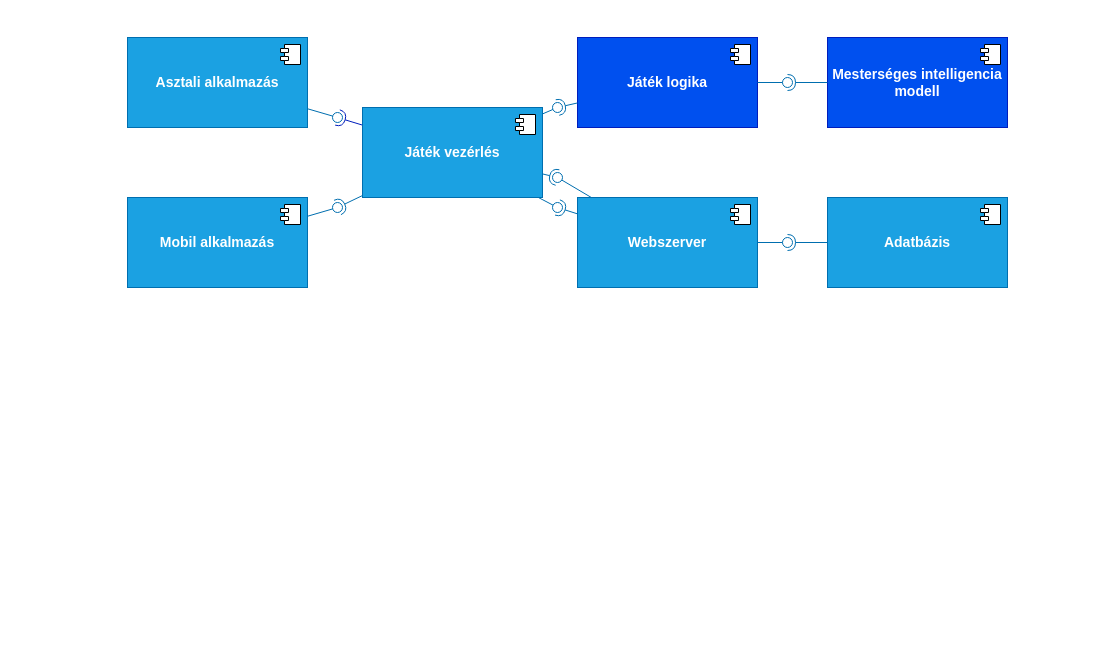
This is document/Nyersanyagok/Komponens_diagram.drawio from WakooMan/Bsc-Szakdolgozat, a draw.io file, before an edit. Source tidied: cells renumbered, new cells numbered last; positions are measured from the earlier drawing's top-left corner, leaving out a move shared by most shapes. Both pictures are drawn from the tidied source at 100%, with x=0, y=0 at pixel (127, 17).
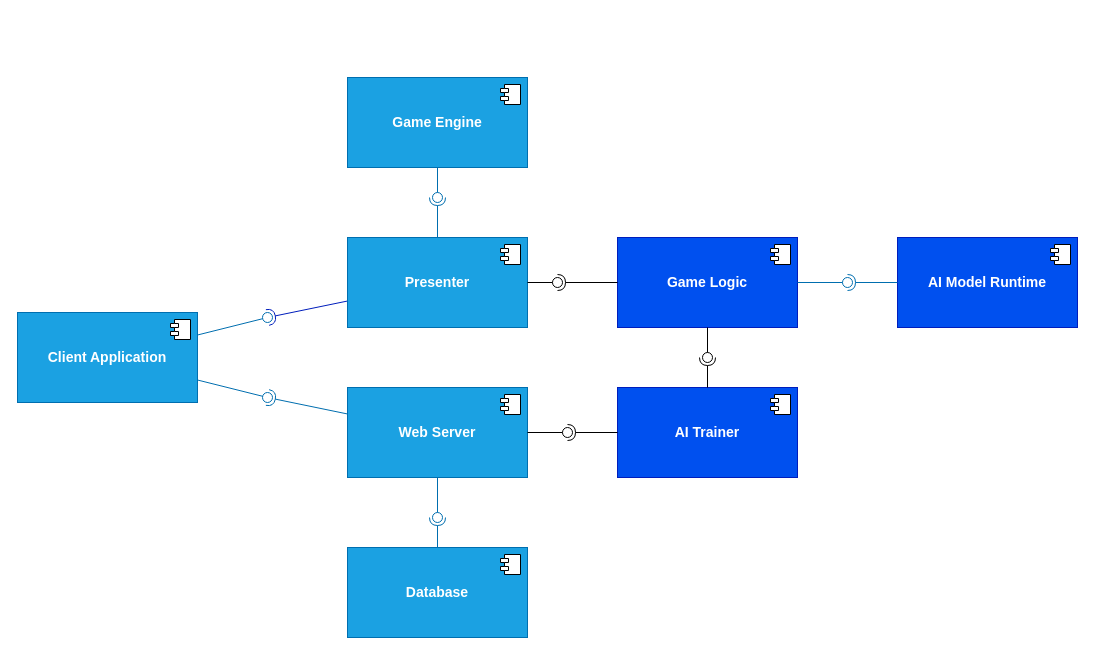
Above is the later version.

What changed in the source:
```diff
@@
-    <mxCell id="2" value="&lt;b&gt;&lt;font style=&quot;font-size: 14px;&quot;&gt;Asztali alkalmazás&lt;/font&gt;&lt;/b&gt;" style="html=1;whiteSpace=wrap;fillColor=#1ba1e2;fontColor=#ffffff;strokeColor=#006EAF;" parent="1" vertex="1">
-      <mxGeometry y="20" width="180" height="90" as="geometry" />
+    <mxCell id="2" value="&lt;b&gt;&lt;font style=&quot;font-size: 14px;&quot;&gt;Client Application&lt;/font&gt;&lt;/b&gt;" style="html=1;whiteSpace=wrap;fillColor=#1ba1e2;fontColor=#ffffff;strokeColor=#006EAF;" parent="1" vertex="1">
+      <mxGeometry x="-110" y="295" width="180" height="90" as="geometry" />
     </mxCell>
@@
-    <mxCell id="4" value="&lt;b&gt;&lt;font style=&quot;font-size: 14px;&quot;&gt;Mobil alkalmazás&lt;/font&gt;&lt;/b&gt;" style="html=1;whiteSpace=wrap;fillColor=#1ba1e2;fontColor=#ffffff;strokeColor=#006EAF;" parent="1" vertex="1">
-      <mxGeometry y="180" width="180" height="90" as="geometry" />
-    </mxCell>
-    <mxCell id="5" style="shape=module;jettyWidth=8;jettyHeight=4;" parent="4" vertex="1">
-      <mxGeometry x="1" width="20" height="20" relative="1" as="geometry">
-        <mxPoint x="-27" y="7" as="offset" />
-      </mxGeometry>
-    </mxCell>
-    <mxCell id="6" value="&lt;b&gt;&lt;font style=&quot;font-size: 14px;&quot;&gt;Webszerver&lt;/font&gt;&lt;/b&gt;" style="html=1;whiteSpace=wrap;fillColor=#1ba1e2;fontColor=#ffffff;strokeColor=#006EAF;" parent="1" vertex="1">
-      <mxGeometry x="450" y="180" width="180" height="90" as="geometry" />
+    <mxCell id="6" value="&lt;b&gt;&lt;font style=&quot;font-size: 14px;&quot;&gt;Web Server&lt;/font&gt;&lt;/b&gt;" style="html=1;whiteSpace=wrap;fillColor=#1ba1e2;fontColor=#ffffff;strokeColor=#006EAF;" parent="1" vertex="1">
+      <mxGeometry x="220" y="370" width="180" height="90" as="geometry" />
     </mxCell>
@@
-    <mxCell id="8" value="&lt;b&gt;&lt;font style=&quot;font-size: 14px;&quot;&gt;Mesterséges intelligencia&lt;/font&gt;&lt;/b&gt;&lt;div&gt;&lt;b&gt;&lt;font style=&quot;font-size: 14px;&quot;&gt;modell&lt;/font&gt;&lt;/b&gt;&lt;/div&gt;" style="html=1;whiteSpace=wrap;fillColor=#0050ef;fontColor=#ffffff;strokeColor=#001DBC;" parent="1" vertex="1">
-      <mxGeometry x="700" y="20" width="180" height="90" as="geometry" />
+    <mxCell id="8" value="&lt;span style=&quot;font-size: 14px;&quot;&gt;&lt;b&gt;AI Model Runtime&lt;/b&gt;&lt;/span&gt;" style="html=1;whiteSpace=wrap;fillColor=#0050ef;fontColor=#ffffff;strokeColor=#001DBC;" parent="1" vertex="1">
+      <mxGeometry x="770" y="220" width="180" height="90" as="geometry" />
     </mxCell>
@@
-    <mxCell id="10" value="&lt;b&gt;&lt;font style=&quot;font-size: 14px;&quot;&gt;Játék logika&lt;/font&gt;&lt;/b&gt;" style="html=1;whiteSpace=wrap;fillColor=#0050ef;fontColor=#ffffff;strokeColor=#001DBC;" parent="1" vertex="1">
-      <mxGeometry x="450" y="20" width="180" height="90" as="geometry" />
+    <mxCell id="10" value="&lt;b&gt;&lt;font style=&quot;font-size: 14px;&quot;&gt;Game Logic&lt;/font&gt;&lt;/b&gt;" style="html=1;whiteSpace=wrap;fillColor=#0050ef;fontColor=#ffffff;strokeColor=#001DBC;" parent="1" vertex="1">
+      <mxGeometry x="490" y="220" width="180" height="90" as="geometry" />
     </mxCell>
@@
     <mxCell id="12" style="rounded=0;jettySize=auto;html=1;endArrow=halfCircle;endFill=0;endSize=6;strokeWidth=1;sketch=0;fillColor=#1ba1e2;strokeColor=#006EAF;" parent="1" edge="1" source="6">
       <mxGeometry relative="1" as="geometry">
-        <mxPoint x="430" y="190" as="targetPoint" />
+        <mxPoint x="140" y="380" as="targetPoint" />
       </mxGeometry>
     </mxCell>
-    <mxCell id="13" style="rounded=0;jettySize=auto;html=1;endArrow=oval;endFill=0;sketch=0;sourcePerimeterSpacing=0;targetPerimeterSpacing=0;endSize=10;fillColor=#1ba1e2;strokeColor=#006EAF;" parent="1" edge="1" source="35">
+    <mxCell id="13" style="rounded=0;jettySize=auto;html=1;endArrow=oval;endFill=0;sketch=0;sourcePerimeterSpacing=0;targetPerimeterSpacing=0;endSize=10;fillColor=#1ba1e2;strokeColor=#006EAF;" parent="1" edge="1" source="2">
       <mxGeometry relative="1" as="geometry">
-        <mxPoint x="430" y="190" as="targetPoint" />
+        <mxPoint x="140" y="380" as="targetPoint" />
       </mxGeometry>
     </mxCell>
@@
-    <mxCell id="15" style="rounded=0;jettySize=auto;html=1;endArrow=halfCircle;endFill=0;endSize=6;strokeWidth=1;sketch=0;fillColor=#1ba1e2;strokeColor=#006EAF;" parent="1" edge="1" source="35">
-      <mxGeometry relative="1" as="geometry">
-        <mxPoint x="430" y="160" as="targetPoint" />
-      </mxGeometry>
-    </mxCell>
-    <mxCell id="16" style="rounded=0;jettySize=auto;html=1;endArrow=oval;endFill=0;sketch=0;sourcePerimeterSpacing=0;targetPerimeterSpacing=0;endSize=10;fillColor=#1ba1e2;strokeColor=#006EAF;" parent="1" edge="1" source="6">
-      <mxGeometry relative="1" as="geometry">
-        <mxPoint x="430" y="160" as="targetPoint" />
-      </mxGeometry>
-    </mxCell>
@@
-    <mxCell id="18" style="rounded=0;jettySize=auto;html=1;endArrow=halfCircle;endFill=0;endSize=6;strokeWidth=1;sketch=0;fillColor=#0050ef;strokeColor=#001DBC;" parent="1" edge="1" source="35">
+    <mxCell id="18" style="rounded=0;jettySize=auto;html=1;endArrow=halfCircle;endFill=0;endSize=6;strokeWidth=1;sketch=0;fillColor=#0050ef;strokeColor=#001DBC;" parent="1" edge="1" source="37">
       <mxGeometry relative="1" as="geometry">
-        <mxPoint x="210" y="100" as="targetPoint" />
+        <mxPoint x="140" y="300" as="targetPoint" />
       </mxGeometry>
     </mxCell>
     <mxCell id="19" style="rounded=0;jettySize=auto;html=1;endArrow=oval;endFill=0;sketch=0;sourcePerimeterSpacing=0;targetPerimeterSpacing=0;endSize=10;fillColor=#1ba1e2;strokeColor=#006EAF;" parent="1" edge="1" source="2">
       <mxGeometry relative="1" as="geometry">
-        <mxPoint x="210" y="100" as="targetPoint" />
+        <mxPoint x="140" y="300" as="targetPoint" />
       </mxGeometry>
     </mxCell>
@@
     <mxCell id="21" style="rounded=0;jettySize=auto;html=1;endArrow=halfCircle;endFill=0;endSize=6;strokeWidth=1;sketch=0;fillColor=#1ba1e2;strokeColor=#006EAF;" parent="1" edge="1" source="8">
       <mxGeometry relative="1" as="geometry">
-        <mxPoint x="660" y="65" as="targetPoint" />
+        <mxPoint x="720" y="265" as="targetPoint" />
       </mxGeometry>
     </mxCell>
     <mxCell id="22" style="rounded=0;jettySize=auto;html=1;endArrow=oval;endFill=0;sketch=0;sourcePerimeterSpacing=0;targetPerimeterSpacing=0;endSize=10;fillColor=#1ba1e2;strokeColor=#006EAF;" parent="1" edge="1" source="10">
       <mxGeometry relative="1" as="geometry">
-        <mxPoint x="660" y="65" as="targetPoint" />
+        <mxPoint x="720" y="265" as="targetPoint" />
       </mxGeometry>
     </mxCell>
@@
-    <mxCell id="24" style="rounded=0;jettySize=auto;html=1;endArrow=halfCircle;endFill=0;endSize=6;strokeWidth=1;sketch=0;fillColor=#1ba1e2;strokeColor=#006EAF;" parent="1" edge="1" source="10">
+    <mxCell id="24" style="rounded=0;jettySize=auto;html=1;endArrow=halfCircle;endFill=0;endSize=6;strokeWidth=1;sketch=0;fillColor=#1ba1e2;strokeColor=#006EAF;" parent="1" edge="1" source="37">
       <mxGeometry relative="1" as="geometry">
-        <mxPoint x="430" y="90" as="targetPoint" />
+        <mxPoint x="310" y="180" as="targetPoint" />
       </mxGeometry>
     </mxCell>
     <mxCell id="25" style="rounded=0;jettySize=auto;html=1;endArrow=oval;endFill=0;sketch=0;sourcePerimeterSpacing=0;targetPerimeterSpacing=0;endSize=10;fillColor=#1ba1e2;strokeColor=#006EAF;" parent="1" edge="1" source="35">
       <mxGeometry relative="1" as="geometry">
-        <mxPoint x="430" y="90" as="targetPoint" />
+        <mxPoint x="310" y="180" as="targetPoint" />
       </mxGeometry>
     </mxCell>
@@
-    <mxCell id="27" style="rounded=0;jettySize=auto;html=1;endArrow=halfCircle;endFill=0;endSize=6;strokeWidth=1;sketch=0;fillColor=#1ba1e2;strokeColor=#006EAF;" parent="1" edge="1" source="35">
-      <mxGeometry relative="1" as="geometry">
-        <mxPoint x="210" y="190" as="targetPoint" />
-      </mxGeometry>
-    </mxCell>
-    <mxCell id="28" style="rounded=0;jettySize=auto;html=1;endArrow=oval;endFill=0;sketch=0;sourcePerimeterSpacing=0;targetPerimeterSpacing=0;endSize=10;fillColor=#1ba1e2;strokeColor=#006EAF;" parent="1" edge="1" source="4">
-      <mxGeometry relative="1" as="geometry">
-        <mxPoint x="210" y="190" as="targetPoint" />
-      </mxGeometry>
-    </mxCell>
@@
-    <mxCell id="30" value="&lt;font style=&quot;font-size: 14px;&quot;&gt;&lt;b&gt;Adatbázis&lt;/b&gt;&lt;/font&gt;" style="html=1;whiteSpace=wrap;fillColor=#1ba1e2;fontColor=#ffffff;strokeColor=#006EAF;" parent="1" vertex="1">
-      <mxGeometry x="700" y="180" width="180" height="90" as="geometry" />
+    <mxCell id="30" value="&lt;font style=&quot;font-size: 14px;&quot;&gt;&lt;b&gt;Database&lt;/b&gt;&lt;/font&gt;" style="html=1;whiteSpace=wrap;fillColor=#1ba1e2;fontColor=#ffffff;strokeColor=#006EAF;" parent="1" vertex="1">
+      <mxGeometry x="220" y="530" width="180" height="90" as="geometry" />
     </mxCell>
@@
     <mxCell id="32" style="rounded=0;jettySize=auto;html=1;endArrow=halfCircle;endFill=0;endSize=6;strokeWidth=1;sketch=0;fillColor=#1ba1e2;strokeColor=#006EAF;" parent="1" edge="1" source="30">
       <mxGeometry relative="1" as="geometry">
-        <mxPoint x="660" y="225" as="targetPoint" />
+        <mxPoint x="310" y="500" as="targetPoint" />
       </mxGeometry>
     </mxCell>
     <mxCell id="33" style="rounded=0;jettySize=auto;html=1;endArrow=oval;endFill=0;sketch=0;sourcePerimeterSpacing=0;targetPerimeterSpacing=0;endSize=10;fillColor=#1ba1e2;strokeColor=#006EAF;" parent="1" edge="1" source="6">
       <mxGeometry relative="1" as="geometry">
-        <mxPoint x="660" y="225" as="targetPoint" />
+        <mxPoint x="310" y="500" as="targetPoint" />
       </mxGeometry>
     </mxCell>
@@
-    <mxCell id="35" value="&lt;b&gt;&lt;font style=&quot;font-size: 14px;&quot;&gt;Játék vezérlés&lt;/font&gt;&lt;/b&gt;" style="html=1;whiteSpace=wrap;fillColor=#1ba1e2;fontColor=#ffffff;strokeColor=#006EAF;" parent="1" vertex="1">
-      <mxGeometry x="235" y="90" width="180" height="90" as="geometry" />
+    <mxCell id="35" value="&lt;b&gt;&lt;font style=&quot;font-size: 14px;&quot;&gt;Game Engine&lt;/font&gt;&lt;/b&gt;" style="html=1;whiteSpace=wrap;fillColor=#1ba1e2;fontColor=#ffffff;strokeColor=#006EAF;" parent="1" vertex="1">
+      <mxGeometry x="220" y="60" width="180" height="90" as="geometry" />
     </mxCell>
@@
+    <mxCell id="37" value="&lt;b&gt;&lt;font style=&quot;font-size: 14px;&quot;&gt;Presenter&lt;/font&gt;&lt;/b&gt;" style="html=1;whiteSpace=wrap;fillColor=#1ba1e2;strokeColor=#006EAF;fontColor=#ffffff;" parent="1" vertex="1">
+      <mxGeometry x="220" y="220" width="180" height="90" as="geometry" />
+    </mxCell>
+    <mxCell id="38" style="shape=module;jettyWidth=8;jettyHeight=4;" parent="37" vertex="1">
+      <mxGeometry x="1" width="20" height="20" relative="1" as="geometry">
+        <mxPoint x="-27" y="7" as="offset" />
+      </mxGeometry>
+    </mxCell>
+    <mxCell id="39" value="&lt;b&gt;&lt;font style=&quot;font-size: 14px;&quot;&gt;AI Trainer&lt;/font&gt;&lt;/b&gt;" style="html=1;whiteSpace=wrap;fillColor=#0050ef;fontColor=#ffffff;strokeColor=#001DBC;" parent="1" vertex="1">
+      <mxGeometry x="490" y="370" width="180" height="90" as="geometry" />
+    </mxCell>
+    <mxCell id="40" style="shape=module;jettyWidth=8;jettyHeight=4;" parent="39" vertex="1">
+      <mxGeometry x="1" width="20" height="20" relative="1" as="geometry">
+        <mxPoint x="-27" y="7" as="offset" />
+      </mxGeometry>
+    </mxCell>
+    <mxCell id="41" style="rounded=0;jettySize=auto;html=1;endArrow=halfCircle;endFill=0;endSize=6;strokeWidth=1;sketch=0;" parent="1" edge="1" source="10">
+      <mxGeometry relative="1" as="geometry">
+        <mxPoint x="430" y="265" as="targetPoint" />
+      </mxGeometry>
+    </mxCell>
+    <mxCell id="42" style="rounded=0;jettySize=auto;html=1;endArrow=oval;endFill=0;sketch=0;sourcePerimeterSpacing=0;targetPerimeterSpacing=0;endSize=10;" parent="1" edge="1" source="37">
+      <mxGeometry relative="1" as="geometry">
+        <mxPoint x="430" y="265" as="targetPoint" />
+      </mxGeometry>
+    </mxCell>
+    <mxCell id="43" style="ellipse;whiteSpace=wrap;html=1;align=center;fillColor=none;strokeColor=none;perimeter=centerPerimeter;" parent="1" vertex="1">
+      <mxGeometry x="575" y="280" width="10" height="10" as="geometry" />
+    </mxCell>
+    <mxCell id="44" style="rounded=0;jettySize=auto;html=1;endArrow=halfCircle;endFill=0;endSize=6;strokeWidth=1;sketch=0;" parent="1" edge="1" source="39">
+      <mxGeometry relative="1" as="geometry">
+        <mxPoint x="580" y="340" as="targetPoint" />
+      </mxGeometry>
+    </mxCell>
+    <mxCell id="45" style="rounded=0;jettySize=auto;html=1;endArrow=oval;endFill=0;sketch=0;sourcePerimeterSpacing=0;targetPerimeterSpacing=0;endSize=10;" parent="1" edge="1" source="10">
+      <mxGeometry relative="1" as="geometry">
+        <mxPoint x="580" y="340" as="targetPoint" />
+      </mxGeometry>
+    </mxCell>
+    <mxCell id="46" style="ellipse;whiteSpace=wrap;html=1;align=center;fillColor=none;strokeColor=none;perimeter=centerPerimeter;" parent="1" vertex="1">
+      <mxGeometry x="575" y="280" width="10" height="10" as="geometry" />
+    </mxCell>
+    <mxCell id="47" style="rounded=0;jettySize=auto;html=1;endArrow=halfCircle;endFill=0;endSize=6;strokeWidth=1;sketch=0;" parent="1" edge="1" source="39">
+      <mxGeometry relative="1" as="geometry">
+        <mxPoint x="440" y="415" as="targetPoint" />
+      </mxGeometry>
+    </mxCell>
+    <mxCell id="48" style="rounded=0;jettySize=auto;html=1;endArrow=oval;endFill=0;sketch=0;sourcePerimeterSpacing=0;targetPerimeterSpacing=0;endSize=10;" parent="1" edge="1" source="6">
+      <mxGeometry relative="1" as="geometry">
+        <mxPoint x="440" y="415" as="targetPoint" />
+      </mxGeometry>
+    </mxCell>
+    <mxCell id="49" style="ellipse;whiteSpace=wrap;html=1;align=center;fillColor=none;strokeColor=none;perimeter=centerPerimeter;" parent="1" vertex="1">
+      <mxGeometry x="575" y="280" width="10" height="10" as="geometry" />
+    </mxCell>
```
